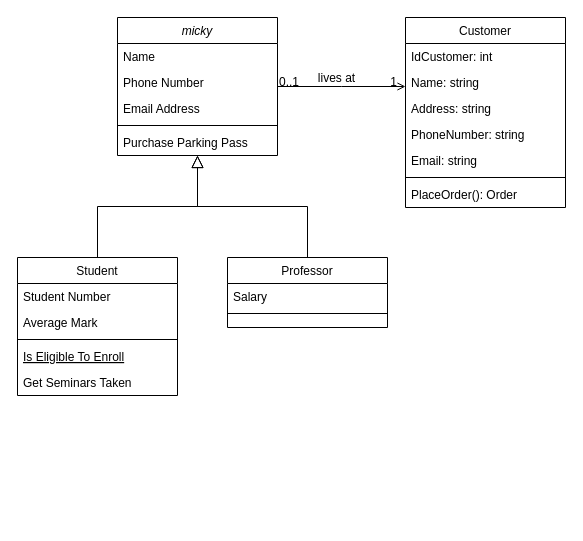
Above: Documents/Diagrama sin título.drawio in KevinAlvarezD/RestAdmin (draw.io), before the change. Source tidied: cells renumbered, new cells numbered last; positions are measured from the earlier drawing's top-left corner, leaving out a move shared by most shapes. Both pictures are drawn from the tidied source at 100%, with x=0, y=0 at pixel (17, 17).
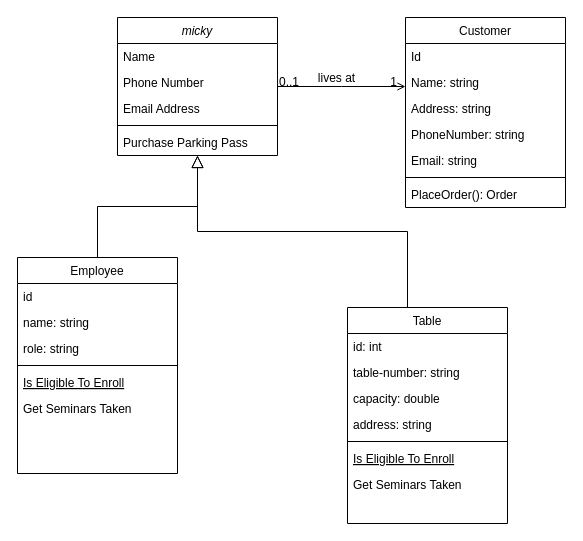
The same page after the edit.

The change refers to these unchanged cells:
```xml
<mxCell id="2" value="micky" style="swimlane;fontStyle=2;align=center;verticalAlign=top;horizontal=1;startSize=26;rounded=0;shadow=0;strokeWidth=1;" parent="1" vertex="1">
  <mxGeometry x="100" width="160" height="138" as="geometry" />
</mxCell>
<mxCell id="19" value="Customer" style="swimlane;fontStyle=0;align=center;verticalAlign=top;horizontal=1;startSize=26;rounded=0;shadow=0;strokeWidth=1;" parent="1" vertex="1">
  <mxGeometry x="388" width="160" height="190" as="geometry" />
</mxCell>
```

The edit, as a diff of the source:
```diff
@@
-    <mxCell id="8" value="Student" style="swimlane;fontStyle=0;align=center;verticalAlign=top;horizontal=1;startSize=26;rounded=0;shadow=0;strokeWidth=1;" parent="1" vertex="1">
-      <mxGeometry y="240" width="160" height="138" as="geometry" />
+    <mxCell id="8" value="Employee" style="swimlane;fontStyle=0;align=center;verticalAlign=top;horizontal=1;startSize=26;rounded=0;shadow=0;strokeWidth=1;" parent="1" vertex="1">
+      <mxGeometry y="240" width="160" height="216" as="geometry" />
     </mxCell>
-    <mxCell id="9" value="Student Number" style="text;align=left;verticalAlign=top;spacingLeft=4;spacingRight=4;overflow=hidden;" parent="8" vertex="1">
+    <mxCell id="9" value="id" style="text;align=left;verticalAlign=top;spacingLeft=4;spacingRight=4;overflow=hidden;" parent="8" vertex="1">
       <mxGeometry y="26" width="160" height="26" as="geometry" />
     </mxCell>
-    <mxCell id="10" value="Average Mark" style="text;align=left;verticalAlign=top;spacingLeft=4;spacingRight=4;overflow=hidden;rounded=0;shadow=0;html=0;" parent="8" vertex="1">
+    <mxCell id="10" value="name: string" style="text;align=left;verticalAlign=top;spacingLeft=4;spacingRight=4;overflow=hidden;rounded=0;shadow=0;html=0;" parent="8" vertex="1">
       <mxGeometry y="52" width="160" height="26" as="geometry" />
     </mxCell>
+    <mxCell id="31" value="role: string" style="text;align=left;verticalAlign=top;spacingLeft=4;spacingRight=4;overflow=hidden;rounded=0;shadow=0;html=0;" parent="8" vertex="1">
+      <mxGeometry y="78" width="160" height="26" as="geometry" />
+    </mxCell>
     <mxCell id="11" style="line;html=1;strokeWidth=1;align=left;verticalAlign=middle;spacingTop=-1;spacingLeft=3;spacingRight=3;labelPosition=right;" parent="8" vertex="1">
-      <mxGeometry y="78" width="160" height="8" as="geometry" />
+      <mxGeometry y="104" width="160" height="8" as="geometry" />
     </mxCell>
     <mxCell id="12" value="Is Eligible To Enroll" style="text;align=left;verticalAlign=top;spacingLeft=4;spacingRight=4;overflow=hidden;fontStyle=4;" parent="8" vertex="1">
-      <mxGeometry y="86" width="160" height="26" as="geometry" />
+      <mxGeometry y="112" width="160" height="26" as="geometry" />
     </mxCell>
     <mxCell id="13" value="Get Seminars Taken" style="text;align=left;verticalAlign=top;spacingLeft=4;spacingRight=4;overflow=hidden;" parent="8" vertex="1">
-      <mxGeometry y="112" width="160" height="26" as="geometry" />
+      <mxGeometry y="138" width="160" height="26" as="geometry" />
     </mxCell>
@@
-    <mxCell id="15" value="Professor" style="swimlane;fontStyle=0;align=center;verticalAlign=top;horizontal=1;startSize=26;rounded=0;shadow=0;strokeWidth=1;" parent="1" vertex="1">
-      <mxGeometry x="210" y="240" width="160" height="70" as="geometry" />
-    </mxCell>
-    <mxCell id="16" value="Salary" style="text;align=left;verticalAlign=top;spacingLeft=4;spacingRight=4;overflow=hidden;" parent="15" vertex="1">
-      <mxGeometry y="26" width="160" height="26" as="geometry" />
-    </mxCell>
-    <mxCell id="17" style="line;html=1;strokeWidth=1;align=left;verticalAlign=middle;spacingTop=-1;spacingLeft=3;spacingRight=3;labelPosition=right;" parent="15" vertex="1">
-      <mxGeometry y="52" width="160" height="8" as="geometry" />
-    </mxCell>
-    <mxCell id="18" style="endArrow=block;endSize=10;endFill=0;shadow=0;strokeWidth=1;rounded=0;curved=0;edgeStyle=elbowEdgeStyle;elbow=vertical;" parent="1" edge="1" source="15" target="2">
-      <mxGeometry relative="1" as="geometry" />
+    <mxCell id="18" style="endArrow=block;endSize=10;endFill=0;shadow=0;strokeWidth=1;rounded=0;curved=0;edgeStyle=elbowEdgeStyle;elbow=vertical;" parent="1" edge="1" target="2">
+      <mxGeometry relative="1" as="geometry">
+        <mxPoint x="390" y="290" as="sourcePoint" />
+      </mxGeometry>
     </mxCell>
@@
-    <mxCell id="20" value="IdCustomer: int" style="text;align=left;verticalAlign=top;spacingLeft=4;spacingRight=4;overflow=hidden;" parent="19" vertex="1">
+    <mxCell id="20" value="Id" style="text;align=left;verticalAlign=top;spacingLeft=4;spacingRight=4;overflow=hidden;" parent="19" vertex="1">
       <mxGeometry y="26" width="160" height="26" as="geometry" />
     </mxCell>
@@
+    <mxCell id="32" value="Table" style="swimlane;fontStyle=0;align=center;verticalAlign=top;horizontal=1;startSize=26;rounded=0;shadow=0;strokeWidth=1;" parent="1" vertex="1">
+      <mxGeometry x="330" y="290" width="160" height="216" as="geometry" />
+    </mxCell>
+    <mxCell id="33" value="id: int" style="text;align=left;verticalAlign=top;spacingLeft=4;spacingRight=4;overflow=hidden;" parent="32" vertex="1">
+      <mxGeometry y="26" width="160" height="26" as="geometry" />
+    </mxCell>
+    <mxCell id="34" value="table-number: string" style="text;align=left;verticalAlign=top;spacingLeft=4;spacingRight=4;overflow=hidden;rounded=0;shadow=0;html=0;" parent="32" vertex="1">
+      <mxGeometry y="52" width="160" height="26" as="geometry" />
+    </mxCell>
+    <mxCell id="35" value="capacity: double" style="text;align=left;verticalAlign=top;spacingLeft=4;spacingRight=4;overflow=hidden;rounded=0;shadow=0;html=0;" parent="32" vertex="1">
+      <mxGeometry y="78" width="160" height="26" as="geometry" />
+    </mxCell>
+    <mxCell id="36" value="address: string" style="text;align=left;verticalAlign=top;spacingLeft=4;spacingRight=4;overflow=hidden;rounded=0;shadow=0;html=0;" parent="32" vertex="1">
+      <mxGeometry y="104" width="160" height="26" as="geometry" />
+    </mxCell>
+    <mxCell id="37" style="line;html=1;strokeWidth=1;align=left;verticalAlign=middle;spacingTop=-1;spacingLeft=3;spacingRight=3;labelPosition=right;" parent="32" vertex="1">
+      <mxGeometry y="130" width="160" height="8" as="geometry" />
+    </mxCell>
+    <mxCell id="38" value="Is Eligible To Enroll" style="text;align=left;verticalAlign=top;spacingLeft=4;spacingRight=4;overflow=hidden;fontStyle=4;" parent="32" vertex="1">
+      <mxGeometry y="138" width="160" height="26" as="geometry" />
+    </mxCell>
+    <mxCell id="39" value="Get Seminars Taken" style="text;align=left;verticalAlign=top;spacingLeft=4;spacingRight=4;overflow=hidden;" parent="32" vertex="1">
+      <mxGeometry y="164" width="160" height="26" as="geometry" />
+    </mxCell>
```
